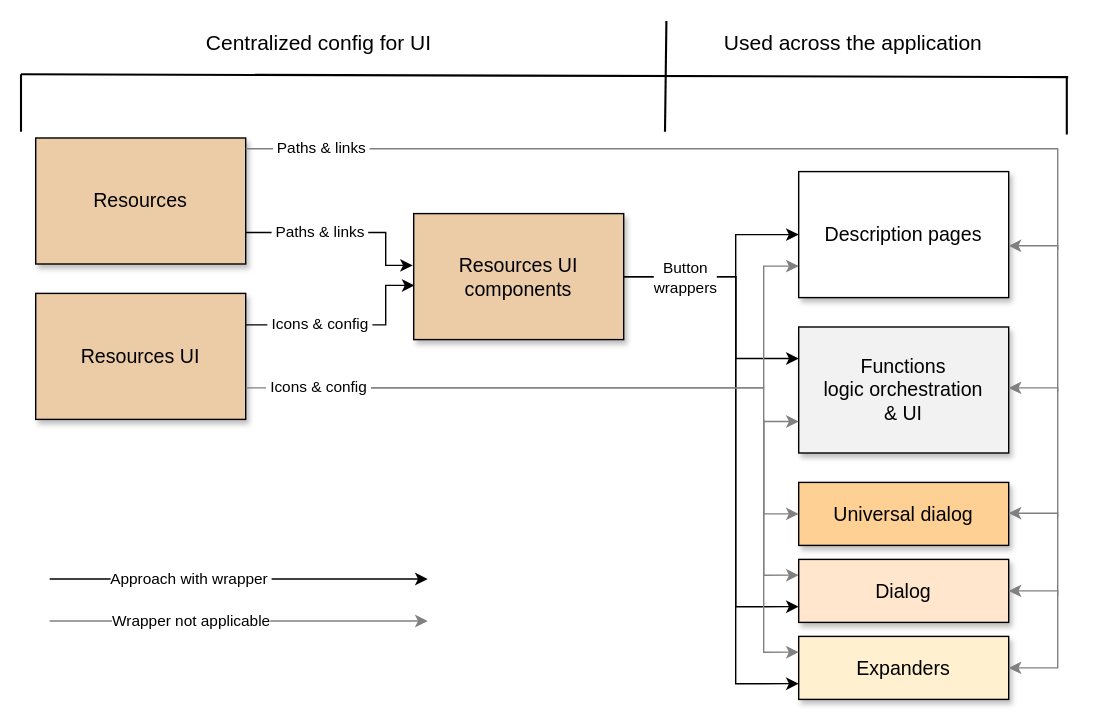
Earlier version of the draw.io export Pictures/Architecture/Resources_ui_v1.svg (netj22693/backup-app-jn). Source tidied: cells renumbered, new cells last; positions are measured from the earlier drawing's top-left corner, leaving out a move shared by most shapes.
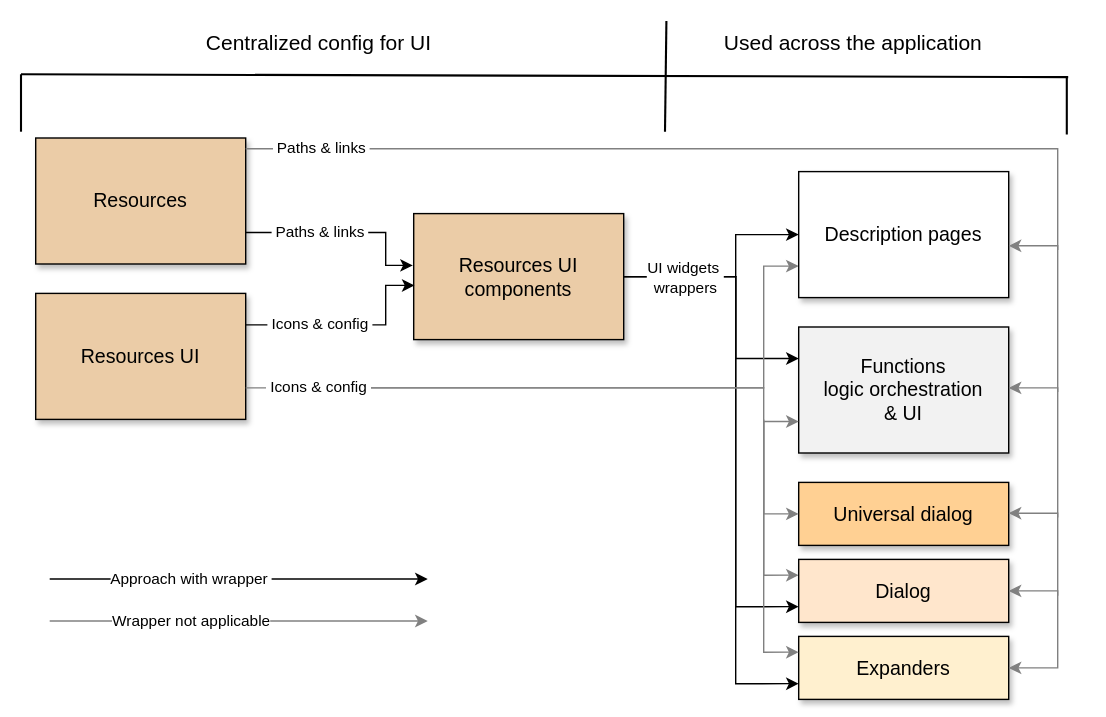
The same file after the commit.

Commit message:
17-Oct-2026 -v71.1.2 - Typo in function name -> fixed + UI diagram adjusted

Diff of the diagram source:
```diff
@@ -37,7 +37,7 @@
         </Array>
       </mxGeometry>
     </mxCell>
-    <mxCell id="7" value="Button&lt;div&gt;wrappers&lt;/div&gt;" style="edgeLabel;html=1;align=center;verticalAlign=middle;labelBackgroundColor=#FFFFFF;" parent="6" vertex="1">
+    <mxCell id="7" value="UI widgets&amp;nbsp;&lt;div&gt;wrappers&lt;/div&gt;" style="edgeLabel;html=1;align=center;verticalAlign=middle;labelBackgroundColor=#FFFFFF;" parent="6" vertex="1">
       <mxGeometry x="-0.46" y="-2" relative="1" as="geometry">
         <mxPoint x="-7" y="-2" as="offset" />
       </mxGeometry>
```
